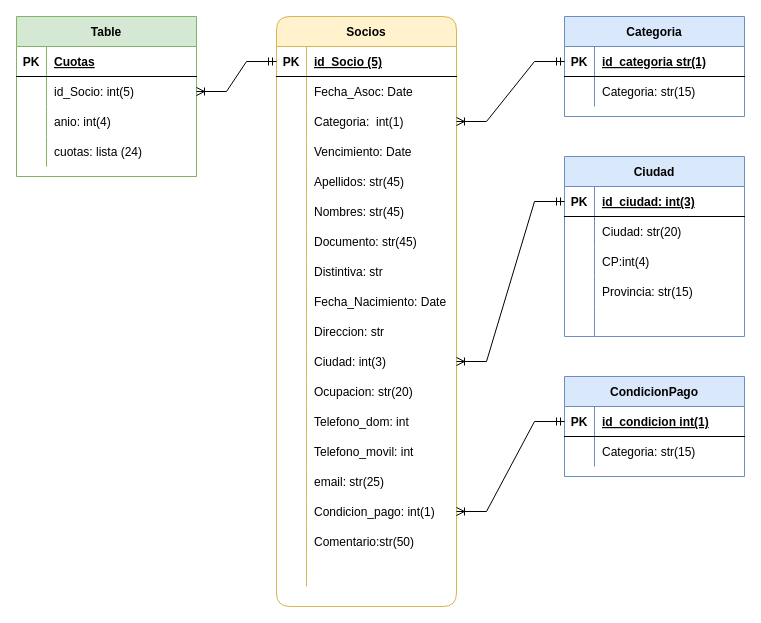
Earlier version of the draw.io diagram sql/MER_Socios.drawio (AgosVenezia/Integrador_Grupo2). Source tidied: cells renumbered, new cells numbered last; positions are measured from the earlier drawing's top-left corner, leaving out a move shared by most shapes. Both pictures are drawn from the tidied source at 100%, with x=0, y=0 at pixel (16, 16).
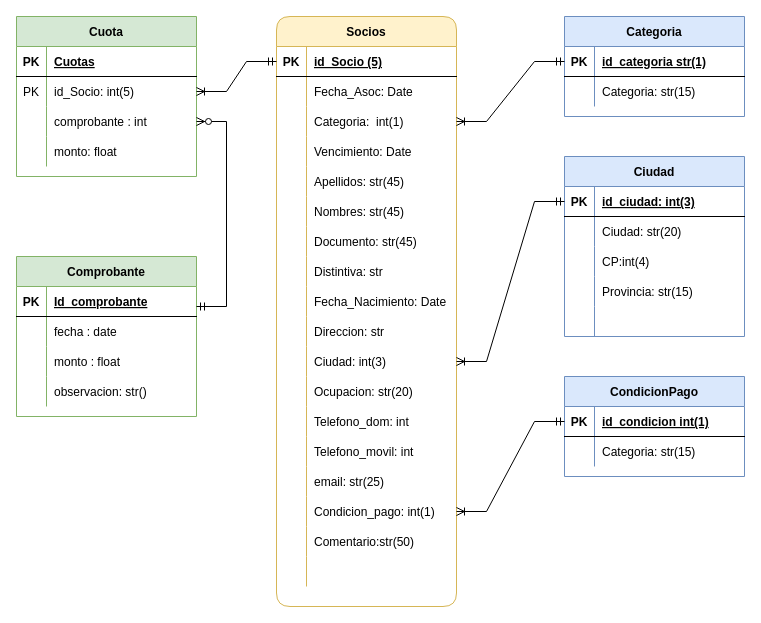
Above is the later version.

Unchanged cells that the change refers to:
```xml
<mxCell id="94" style="shape=tableRow;horizontal=0;startSize=0;swimlaneHead=0;swimlaneBody=0;fillColor=none;points=[[0,0.5],[1,0.5]];portConstraint=eastwest;top=0;left=0;right=0;bottom=0;" parent="90" vertex="1">
  <mxGeometry y="60" width="180" height="30" as="geometry" />
</mxCell>
<mxCell id="97" style="shape=tableRow;horizontal=0;startSize=0;swimlaneHead=0;swimlaneBody=0;fillColor=none;points=[[0,0.5],[1,0.5]];portConstraint=eastwest;top=0;left=0;right=0;bottom=0;" parent="90" vertex="1">
  <mxGeometry y="90" width="180" height="30" as="geometry" />
</mxCell>
<mxCell id="100" style="shape=tableRow;horizontal=0;startSize=0;swimlaneHead=0;swimlaneBody=0;fillColor=none;top=0;left=0;right=0;bottom=0;" parent="90" vertex="1">
  <mxGeometry y="120" width="180" height="30" as="geometry" />
</mxCell>
```

Change to the diagram source:
```diff
@@
-    <mxCell id="90" value="Table" style="shape=table;startSize=30;childLayout=tableLayout;rowLines=0;fontStyle=1;align=center;fillColor=#d5e8d4;strokeColor=#82b366;" parent="1" vertex="1">
+    <mxCell id="90" value="Cuota" style="shape=table;startSize=30;childLayout=tableLayout;rowLines=0;fontStyle=1;align=center;fillColor=#d5e8d4;strokeColor=#82b366;" parent="1" vertex="1">
       <mxGeometry width="180" height="160" as="geometry" />
     </mxCell>
@@
-    <mxCell id="95" style="shape=partialRectangle;fillColor=none;top=0;left=0;bottom=0;right=0;overflow=hidden;" parent="94" vertex="1">
+    <mxCell id="95" value="PK" style="shape=partialRectangle;fillColor=none;top=0;left=0;bottom=0;right=0;overflow=hidden;" parent="94" vertex="1">
       <mxGeometry width="30" height="30" as="geometry" />
     </mxCell>
@@
-    <mxCell id="99" value="anio: int(4)" style="shape=partialRectangle;fillColor=none;top=0;left=0;bottom=0;right=0;align=left;spacingLeft=6;overflow=hidden;" parent="97" vertex="1">
+    <mxCell id="99" value="comprobante : int" style="shape=partialRectangle;fillColor=none;top=0;left=0;bottom=0;right=0;align=left;spacingLeft=6;overflow=hidden;" parent="97" vertex="1">
       <mxGeometry x="30" width="150" height="30" as="geometry" />
     </mxCell>
@@
-    <mxCell id="102" value="cuotas: lista (24)" style="shape=partialRectangle;fillColor=none;top=0;left=0;bottom=0;right=0;align=left;spacingLeft=6;overflow=hidden;" parent="100" vertex="1">
+    <mxCell id="102" value="monto: float" style="shape=partialRectangle;fillColor=none;top=0;left=0;bottom=0;right=0;align=left;spacingLeft=6;overflow=hidden;" parent="100" vertex="1">
       <mxGeometry x="30" width="150" height="30" as="geometry" />
     </mxCell>
@@
+    <mxCell id="104" value="Comprobante" style="shape=table;startSize=30;childLayout=tableLayout;rowLines=0;fontStyle=1;align=center;fillColor=#d5e8d4;strokeColor=#82b366;" parent="1" vertex="1">
+      <mxGeometry y="240" width="180" height="160" as="geometry" />
+    </mxCell>
+    <mxCell id="105" style="shape=tableRow;horizontal=0;startSize=0;swimlaneHead=0;swimlaneBody=0;fillColor=none;top=0;left=0;right=0;bottom=1;" parent="104" vertex="1">
+      <mxGeometry y="30" width="180" height="30" as="geometry" />
+    </mxCell>
+    <mxCell id="106" value="PK" style="shape=partialRectangle;fillColor=none;top=0;left=0;bottom=0;right=0;fontStyle=1;overflow=hidden;" parent="105" vertex="1">
+      <mxGeometry width="30" height="30" as="geometry" />
+    </mxCell>
+    <mxCell id="107" value="Id_comprobante" style="shape=partialRectangle;fillColor=none;top=0;left=0;bottom=0;right=0;align=left;spacingLeft=6;fontStyle=5;overflow=hidden;" parent="105" vertex="1">
+      <mxGeometry x="30" width="150" height="30" as="geometry" />
+    </mxCell>
+    <mxCell id="108" style="shape=tableRow;horizontal=0;startSize=0;swimlaneHead=0;swimlaneBody=0;fillColor=none;top=0;left=0;right=0;bottom=0;" parent="104" vertex="1">
+      <mxGeometry y="60" width="180" height="30" as="geometry" />
+    </mxCell>
+    <mxCell id="109" style="shape=partialRectangle;fillColor=none;top=0;left=0;bottom=0;right=0;overflow=hidden;" parent="108" vertex="1">
+      <mxGeometry width="30" height="30" as="geometry" />
+    </mxCell>
+    <mxCell id="110" value="fecha : date" style="shape=partialRectangle;fillColor=none;top=0;left=0;bottom=0;right=0;align=left;spacingLeft=6;overflow=hidden;" parent="108" vertex="1">
+      <mxGeometry x="30" width="150" height="30" as="geometry" />
+    </mxCell>
+    <mxCell id="111" style="shape=tableRow;horizontal=0;startSize=0;swimlaneHead=0;swimlaneBody=0;fillColor=none;top=0;left=0;right=0;bottom=0;" parent="104" vertex="1">
+      <mxGeometry y="90" width="180" height="30" as="geometry" />
+    </mxCell>
+    <mxCell id="112" style="shape=partialRectangle;fillColor=none;top=0;left=0;bottom=0;right=0;overflow=hidden;" parent="111" vertex="1">
+      <mxGeometry width="30" height="30" as="geometry" />
+    </mxCell>
+    <mxCell id="113" value="monto : float" style="shape=partialRectangle;fillColor=none;top=0;left=0;bottom=0;right=0;align=left;spacingLeft=6;overflow=hidden;" parent="111" vertex="1">
+      <mxGeometry x="30" width="150" height="30" as="geometry" />
+    </mxCell>
+    <mxCell id="114" style="shape=tableRow;horizontal=0;startSize=0;swimlaneHead=0;swimlaneBody=0;fillColor=none;top=0;left=0;right=0;bottom=0;" parent="104" vertex="1">
+      <mxGeometry y="120" width="180" height="30" as="geometry" />
+    </mxCell>
+    <mxCell id="115" style="shape=partialRectangle;fillColor=none;top=0;left=0;bottom=0;right=0;overflow=hidden;" parent="114" vertex="1">
+      <mxGeometry width="30" height="30" as="geometry" />
+    </mxCell>
+    <mxCell id="116" value="observacion: str()" style="shape=partialRectangle;fillColor=none;top=0;left=0;bottom=0;right=0;align=left;spacingLeft=6;overflow=hidden;" parent="114" vertex="1">
+      <mxGeometry x="30" width="150" height="30" as="geometry" />
+    </mxCell>
+    <mxCell id="117" style="edgeStyle=entityRelationEdgeStyle;fontSize=12;html=1;endArrow=ERzeroToMany;startArrow=ERmandOne;rounded=0;entryX=1;entryY=0.5;entryDx=0;entryDy=0;" parent="1" edge="1" target="97">
+      <mxGeometry relative="1" as="geometry">
+        <mxPoint x="180" y="290" as="sourcePoint" />
+      </mxGeometry>
+    </mxCell>
```
